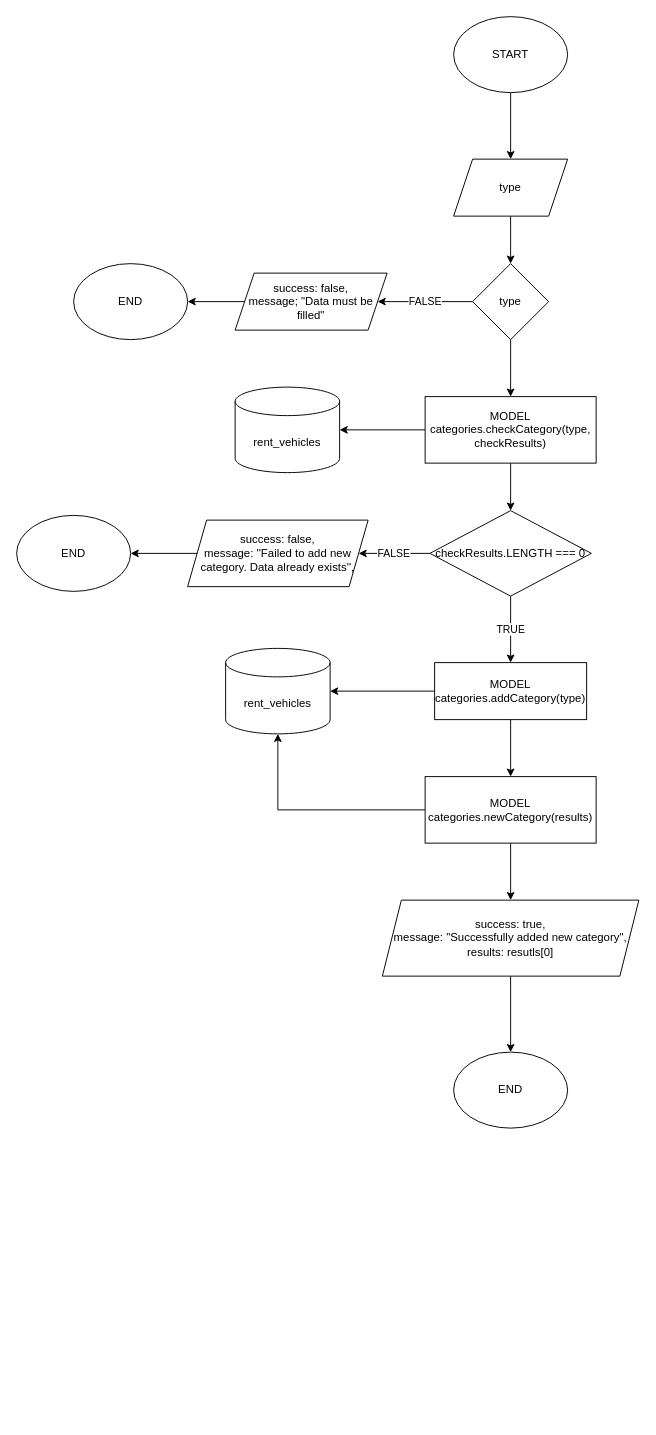
rintosaputro/fw5-backend-beginner keeps this draw.io diagram as page "add category" (4 of 6) of flowchart&ERD/categories.drawio. Above is the earlier version. Source tidied: cells renumbered, new cells numbered last; positions are measured from the earlier drawing's top-left corner, leaving out a move shared by most shapes. Both pictures are drawn from the tidied source at 95%, with x=0, y=0 at pixel (16, 16).
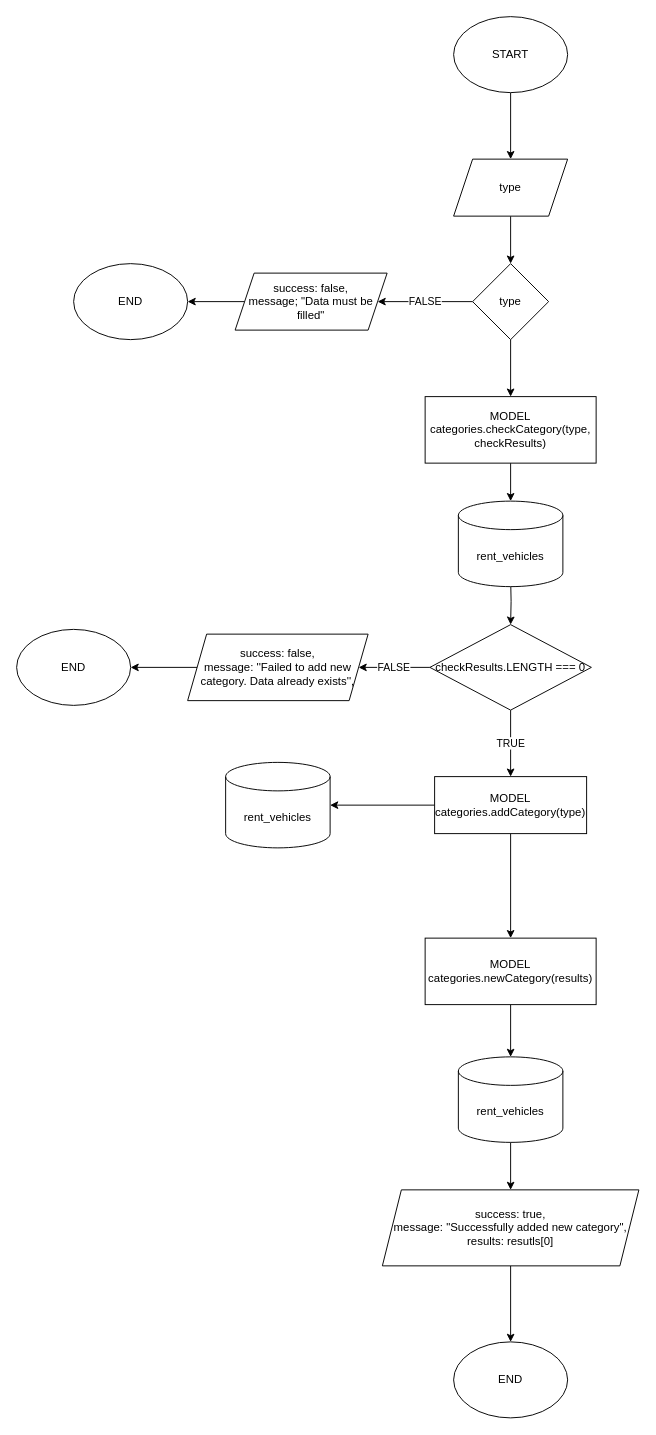
Above is the later version.

The change refers to these unchanged cells:
```xml
<mxCell id="14" value="MODEL&lt;br&gt;categories.checkCategory(type, checkResults)" style="rounded=0;whiteSpace=wrap;html=1;" parent="1" vertex="1">
  <mxGeometry x="430" y="400" width="180" height="70" as="geometry" />
</mxCell>
```

What changed in the source:
```diff
@@
-    <mxCell id="13" style="edgeStyle=orthogonalEdgeStyle;rounded=0;jettySize=auto;html=1;" parent="1" edge="1" source="14" target="18">
-      <mxGeometry relative="1" as="geometry" />
+    <mxCell id="13" style="edgeStyle=orthogonalEdgeStyle;rounded=0;jettySize=auto;html=1;" parent="1" edge="1" target="18">
+      <mxGeometry relative="1" as="geometry">
+        <mxPoint x="520" y="590" as="sourcePoint" />
+      </mxGeometry>
     </mxCell>
@@
     <mxCell id="15" value="rent_vehicles" style="shape=cylinder3;whiteSpace=wrap;html=1;boundedLbl=1;backgroundOutline=1;size=15;" parent="1" vertex="1">
-      <mxGeometry x="230" y="390" width="110" height="90" as="geometry" />
+      <mxGeometry x="465" y="510" width="110" height="90" as="geometry" />
     </mxCell>
@@
     <mxCell id="18" value="checkResults.LENGTH === 0" style="rhombus;whiteSpace=wrap;html=1;" parent="1" vertex="1">
-      <mxGeometry x="435" y="520" width="170" height="90" as="geometry" />
+      <mxGeometry x="435" y="640" width="170" height="90" as="geometry" />
     </mxCell>
@@
     <mxCell id="20" value="success: false,&lt;br&gt;message: ''Failed to add new category. Data already exists''," style="shape=parallelogram;perimeter=parallelogramPerimeter;whiteSpace=wrap;html=1;fixedSize=1;" parent="1" vertex="1">
-      <mxGeometry x="180" y="530" width="190" height="70" as="geometry" />
+      <mxGeometry x="180" y="650" width="190" height="70" as="geometry" />
     </mxCell>
     <mxCell id="21" value="END" style="ellipse;whiteSpace=wrap;html=1;" parent="1" vertex="1">
-      <mxGeometry y="525" width="120" height="80" as="geometry" />
+      <mxGeometry y="645" width="120" height="80" as="geometry" />
     </mxCell>
+    <mxCell id="23" style="edgeStyle=orthogonalEdgeStyle;rounded=0;jettySize=auto;html=1;" parent="1" edge="1" source="24" target="28">
+      <mxGeometry relative="1" as="geometry" />
+    </mxCell>
@@
-    <mxCell id="23" style="edgeStyle=orthogonalEdgeStyle;rounded=0;jettySize=auto;html=1;" parent="1" edge="1" source="24" target="28">
-      <mxGeometry relative="1" as="geometry" />
-    </mxCell>
     <mxCell id="24" value="MODEL&lt;br&gt;categories.addCategory(type)" style="rounded=0;whiteSpace=wrap;html=1;" parent="1" vertex="1">
-      <mxGeometry x="440" y="680" width="160" height="60" as="geometry" />
+      <mxGeometry x="440" y="800" width="160" height="60" as="geometry" />
     </mxCell>
-    <mxCell id="25" style="edgeStyle=orthogonalEdgeStyle;rounded=0;jettySize=auto;html=1;entryX=0.5;entryY=1;entryDx=0;entryDy=0;entryPerimeter=0;" parent="1" edge="1" source="27" target="28">
-      <mxGeometry relative="1" as="geometry" />
-    </mxCell>
-    <mxCell id="26" style="edgeStyle=orthogonalEdgeStyle;rounded=0;jettySize=auto;html=1;" parent="1" edge="1" source="27" target="30">
-      <mxGeometry relative="1" as="geometry" />
-    </mxCell>
+    <mxCell id="32" style="edgeStyle=orthogonalEdgeStyle;rounded=0;jettySize=auto;html=1;" parent="1" edge="1" source="27" target="34">
+      <mxGeometry relative="1" as="geometry" />
+    </mxCell>
     <mxCell id="27" value="MODEL&lt;br&gt;categories.newCategory(results)" style="rounded=0;whiteSpace=wrap;html=1;" parent="1" vertex="1">
-      <mxGeometry x="430" y="800" width="180" height="70" as="geometry" />
+      <mxGeometry x="430" y="970" width="180" height="70" as="geometry" />
     </mxCell>
     <mxCell id="28" value="rent_vehicles" style="shape=cylinder3;whiteSpace=wrap;html=1;boundedLbl=1;backgroundOutline=1;size=15;" parent="1" vertex="1">
-      <mxGeometry x="220" y="665" width="110" height="90" as="geometry" />
+      <mxGeometry x="220" y="785" width="110" height="90" as="geometry" />
     </mxCell>
@@
     <mxCell id="30" value="success: true,&lt;br&gt;message: &quot;Successfully added new category&quot;,&lt;br&gt;results: resutls[0]" style="shape=parallelogram;perimeter=parallelogramPerimeter;whiteSpace=wrap;html=1;fixedSize=1;" parent="1" vertex="1">
-      <mxGeometry x="385" y="930" width="270" height="80" as="geometry" />
+      <mxGeometry x="385" y="1235" width="270" height="80" as="geometry" />
     </mxCell>
     <mxCell id="31" value="END" style="ellipse;whiteSpace=wrap;html=1;" parent="1" vertex="1">
-      <mxGeometry x="460" y="1090" width="120" height="80" as="geometry" />
+      <mxGeometry x="460" y="1395" width="120" height="80" as="geometry" />
     </mxCell>
+    <mxCell id="33" style="edgeStyle=orthogonalEdgeStyle;rounded=0;jettySize=auto;html=1;" parent="1" edge="1" source="34" target="30">
+      <mxGeometry relative="1" as="geometry" />
+    </mxCell>
+    <mxCell id="34" value="rent_vehicles" style="shape=cylinder3;whiteSpace=wrap;html=1;boundedLbl=1;backgroundOutline=1;size=15;" parent="1" vertex="1">
+      <mxGeometry x="465" y="1095" width="110" height="90" as="geometry" />
+    </mxCell>
```
